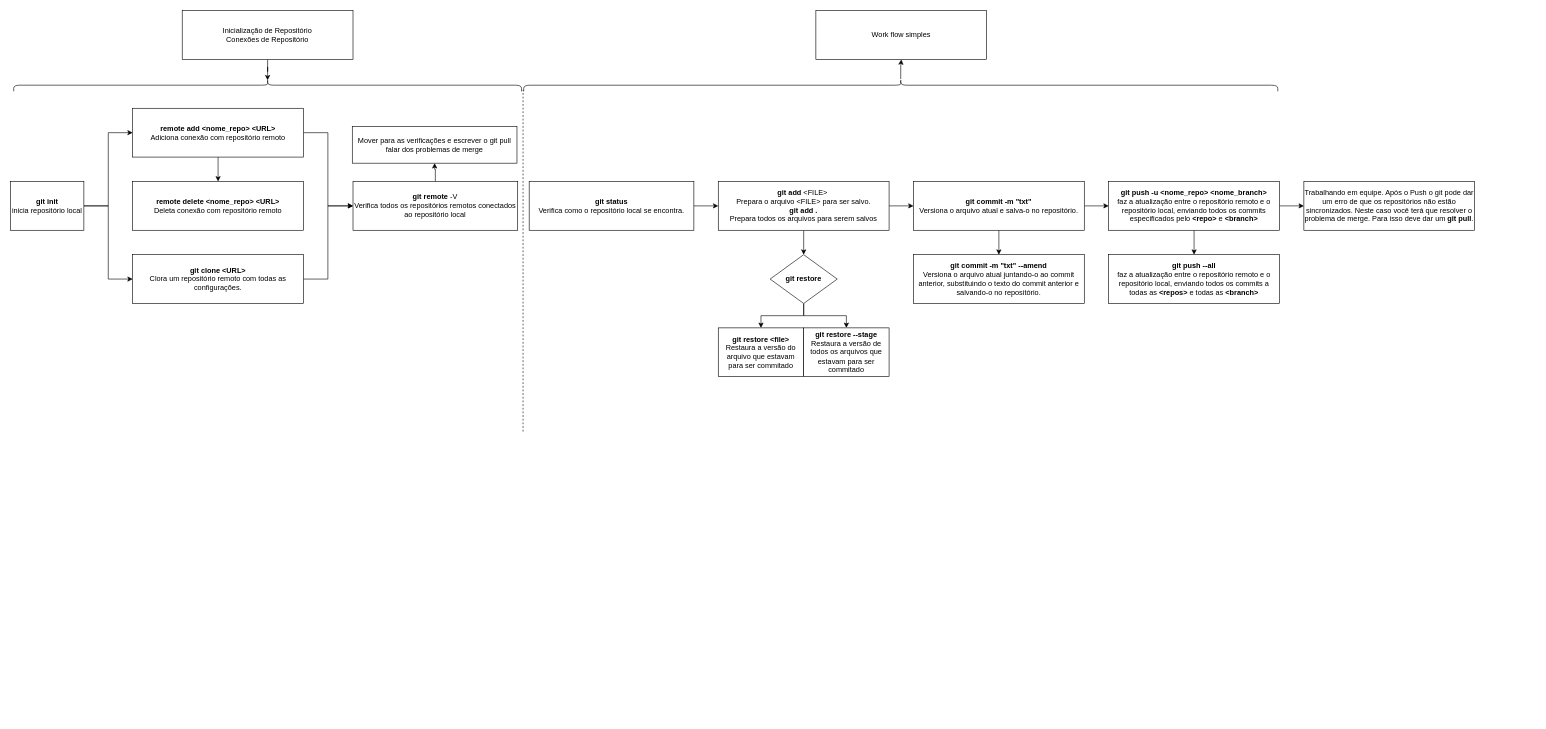
This is Draw_Git/Funcionamento_Git.drawio from Gabrielnbr/Draw, a draw.io file, before an edit. Source tidied: cells renumbered, new cells numbered last; positions are measured from the earlier drawing's top-left corner, leaving out a move shared by most shapes. Both pictures are drawn from the tidied source at 61%, with x=0, y=0 at pixel (10, -292).
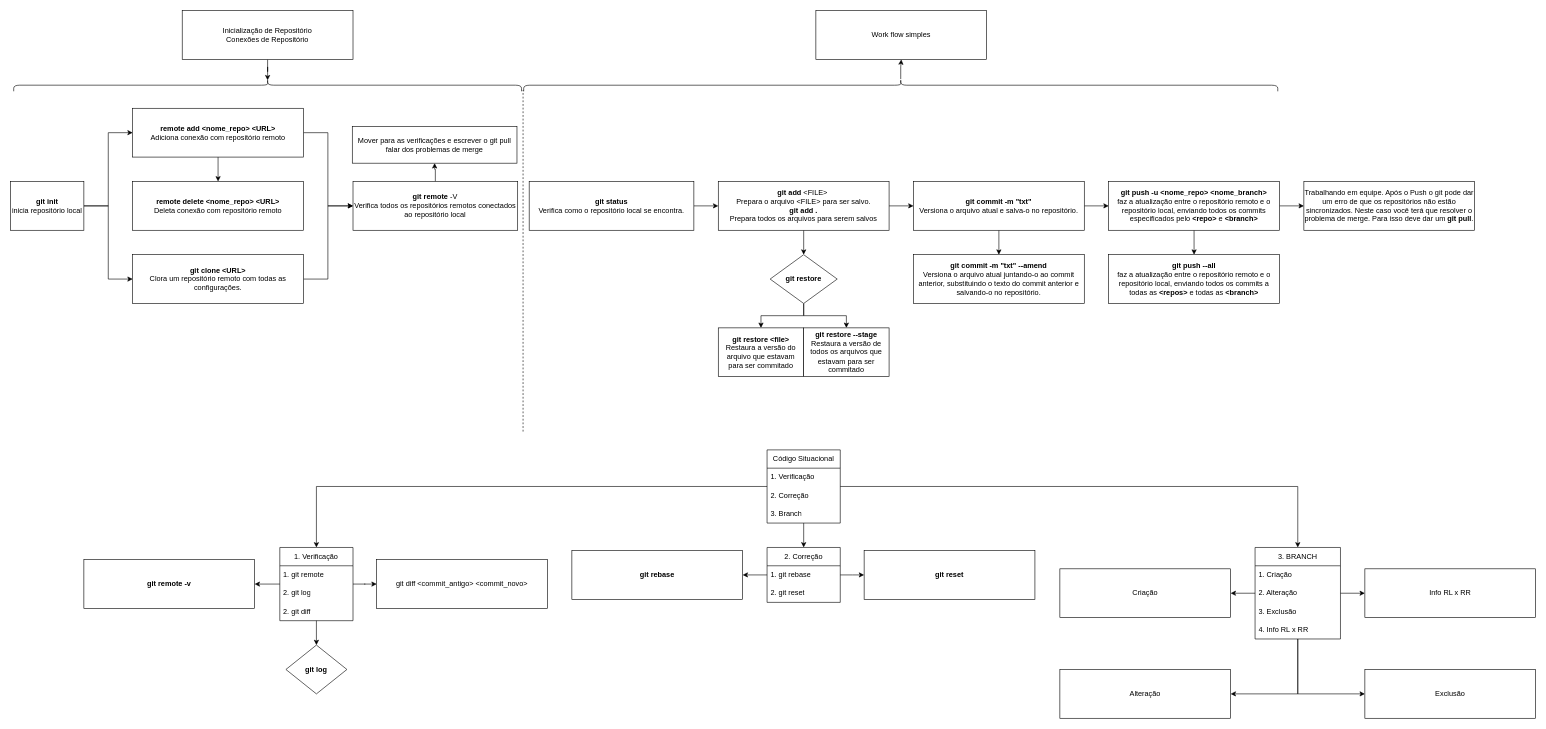
The same diagram, later.

Commit message:
feat códigos situacionais git

Change to the diagram source:
```diff
@@
+    <mxCell id="40" style="edgeStyle=orthogonalEdgeStyle;rounded=0;jettySize=auto;html=1;" parent="1" edge="1" source="43" target="51">
+      <mxGeometry relative="1" as="geometry" />
+    </mxCell>
+    <mxCell id="41" style="edgeStyle=orthogonalEdgeStyle;rounded=0;jettySize=auto;html=1;" parent="1" edge="1" source="43" target="59">
+      <mxGeometry relative="1" as="geometry" />
+    </mxCell>
+    <mxCell id="42" style="edgeStyle=orthogonalEdgeStyle;rounded=0;jettySize=auto;html=1;" parent="1" edge="1" source="43" target="65">
+      <mxGeometry relative="1" as="geometry" />
+    </mxCell>
+    <mxCell id="43" value="Código Situacional" style="swimlane;fontStyle=0;horizontal=1;startSize=30;whiteSpace=wrap;html=1;" parent="1" vertex="1">
+      <mxGeometry x="1240" y="1216" width="120" height="120" as="geometry" />
+    </mxCell>
+    <mxCell id="44" value="1. Verificação" style="text;strokeColor=none;fillColor=none;align=left;verticalAlign=middle;spacingLeft=4;spacingRight=4;overflow=hidden;whiteSpace=wrap;html=1;" parent="43" vertex="1">
+      <mxGeometry y="30" width="120" height="30" as="geometry" />
+    </mxCell>
+    <mxCell id="45" value="2. Correção" style="text;strokeColor=none;fillColor=none;align=left;verticalAlign=middle;spacingLeft=4;spacingRight=4;overflow=hidden;whiteSpace=wrap;html=1;" parent="43" vertex="1">
+      <mxGeometry y="60" width="120" height="30" as="geometry" />
+    </mxCell>
+    <mxCell id="46" value="3. Branch" style="text;strokeColor=none;fillColor=none;align=left;verticalAlign=middle;spacingLeft=4;spacingRight=4;overflow=hidden;whiteSpace=wrap;html=1;" parent="43" vertex="1">
+      <mxGeometry y="90" width="120" height="30" as="geometry" />
+    </mxCell>
+    <mxCell id="47" style="edgeStyle=orthogonalEdgeStyle;rounded=0;jettySize=auto;html=1;" parent="1" edge="1" source="51" target="73">
+      <mxGeometry relative="1" as="geometry" />
+    </mxCell>
+    <mxCell id="48" style="edgeStyle=orthogonalEdgeStyle;rounded=0;jettySize=auto;html=1;" parent="1" edge="1" source="51" target="74">
+      <mxGeometry relative="1" as="geometry" />
+    </mxCell>
+    <mxCell id="49" style="edgeStyle=orthogonalEdgeStyle;rounded=0;jettySize=auto;html=1;" parent="1" edge="1" source="51" target="75">
+      <mxGeometry relative="1" as="geometry">
+        <Array as="points">
+          <mxPoint x="2110" y="1616" />
+        </Array>
+      </mxGeometry>
+    </mxCell>
+    <mxCell id="50" style="edgeStyle=orthogonalEdgeStyle;rounded=0;jettySize=auto;html=1;" parent="1" edge="1" source="51" target="76">
+      <mxGeometry relative="1" as="geometry">
+        <Array as="points">
+          <mxPoint x="2110" y="1616" />
+        </Array>
+      </mxGeometry>
+    </mxCell>
+    <mxCell id="51" value="3. BRANCH" style="swimlane;fontStyle=0;horizontal=1;startSize=30;whiteSpace=wrap;html=1;" parent="1" vertex="1">
+      <mxGeometry x="2040" y="1376" width="140" height="150" as="geometry" />
+    </mxCell>
+    <mxCell id="52" value="1. Criação" style="text;strokeColor=none;fillColor=none;align=left;verticalAlign=middle;spacingLeft=4;spacingRight=4;overflow=hidden;whiteSpace=wrap;html=1;" parent="51" vertex="1">
+      <mxGeometry y="30" width="140" height="30" as="geometry" />
+    </mxCell>
+    <mxCell id="53" value="2. Alteração" style="text;strokeColor=none;fillColor=none;align=left;verticalAlign=middle;spacingLeft=4;spacingRight=4;overflow=hidden;whiteSpace=wrap;html=1;" parent="51" vertex="1">
+      <mxGeometry y="60" width="140" height="30" as="geometry" />
+    </mxCell>
+    <mxCell id="54" value="3. Exclusão" style="text;strokeColor=none;fillColor=none;align=left;verticalAlign=middle;spacingLeft=4;spacingRight=4;overflow=hidden;whiteSpace=wrap;html=1;" parent="51" vertex="1">
+      <mxGeometry y="90" width="140" height="30" as="geometry" />
+    </mxCell>
+    <mxCell id="55" value="4. Info RL x RR" style="text;strokeColor=none;fillColor=none;align=left;verticalAlign=middle;spacingLeft=4;spacingRight=4;overflow=hidden;whiteSpace=wrap;html=1;" parent="51" vertex="1">
+      <mxGeometry y="120" width="140" height="30" as="geometry" />
+    </mxCell>
+    <mxCell id="56" style="edgeStyle=orthogonalEdgeStyle;rounded=0;jettySize=auto;html=1;" parent="1" edge="1" source="59" target="68">
+      <mxGeometry relative="1" as="geometry" />
+    </mxCell>
+    <mxCell id="57" style="edgeStyle=orthogonalEdgeStyle;rounded=0;jettySize=auto;html=1;" parent="1" edge="1" source="59" target="69">
+      <mxGeometry relative="1" as="geometry" />
+    </mxCell>
+    <mxCell id="58" style="edgeStyle=orthogonalEdgeStyle;rounded=0;jettySize=auto;html=1;" parent="1" edge="1" source="59" target="70">
+      <mxGeometry relative="1" as="geometry" />
+    </mxCell>
+    <mxCell id="59" value="1. Verificação" style="swimlane;fontStyle=0;horizontal=1;startSize=30;whiteSpace=wrap;html=1;" parent="1" vertex="1">
+      <mxGeometry x="441.2" y="1376" width="120" height="120" as="geometry" />
+    </mxCell>
+    <mxCell id="60" value="1. git remote" style="text;strokeColor=none;fillColor=none;align=left;verticalAlign=middle;spacingLeft=4;spacingRight=4;overflow=hidden;whiteSpace=wrap;html=1;" parent="59" vertex="1">
+      <mxGeometry y="30" width="120" height="30" as="geometry" />
+    </mxCell>
+    <mxCell id="61" value="2. git log" style="text;strokeColor=none;fillColor=none;align=left;verticalAlign=middle;spacingLeft=4;spacingRight=4;overflow=hidden;whiteSpace=wrap;html=1;" parent="59" vertex="1">
+      <mxGeometry y="60" width="120" height="30" as="geometry" />
+    </mxCell>
+    <mxCell id="62" value="2. git diff" style="text;strokeColor=none;fillColor=none;align=left;verticalAlign=middle;spacingLeft=4;spacingRight=4;overflow=hidden;whiteSpace=wrap;html=1;" parent="59" vertex="1">
+      <mxGeometry y="90" width="120" height="30" as="geometry" />
+    </mxCell>
+    <mxCell id="63" style="edgeStyle=orthogonalEdgeStyle;rounded=0;jettySize=auto;html=1;" parent="1" edge="1" source="65" target="71">
+      <mxGeometry relative="1" as="geometry" />
+    </mxCell>
+    <mxCell id="64" style="edgeStyle=orthogonalEdgeStyle;rounded=0;jettySize=auto;html=1;" parent="1" edge="1" source="65" target="72">
+      <mxGeometry relative="1" as="geometry" />
+    </mxCell>
+    <mxCell id="65" value="2. Correção" style="swimlane;fontStyle=0;horizontal=1;startSize=30;whiteSpace=wrap;html=1;" parent="1" vertex="1">
+      <mxGeometry x="1240" y="1376" width="120" height="90" as="geometry" />
+    </mxCell>
+    <mxCell id="66" value="1. git rebase" style="text;strokeColor=none;fillColor=none;align=left;verticalAlign=middle;spacingLeft=4;spacingRight=4;overflow=hidden;whiteSpace=wrap;html=1;" parent="65" vertex="1">
+      <mxGeometry y="30" width="120" height="30" as="geometry" />
+    </mxCell>
+    <mxCell id="67" value="2. git reset" style="text;strokeColor=none;fillColor=none;align=left;verticalAlign=middle;spacingLeft=4;spacingRight=4;overflow=hidden;whiteSpace=wrap;html=1;" parent="65" vertex="1">
+      <mxGeometry y="60" width="120" height="30" as="geometry" />
+    </mxCell>
+    <mxCell id="68" value="&lt;b&gt;git remote -v&lt;/b&gt;" style="whiteSpace=wrap;html=1;fontStyle=0;startSize=30;" parent="1" vertex="1">
+      <mxGeometry x="120" y="1396" width="280" height="80" as="geometry" />
+    </mxCell>
+    <mxCell id="69" value="&lt;b&gt;git log&lt;/b&gt;" style="rhombus;whiteSpace=wrap;html=1;fontStyle=0;startSize=30;" parent="1" vertex="1">
+      <mxGeometry x="451.2" y="1536" width="100" height="80" as="geometry" />
+    </mxCell>
+    <mxCell id="70" value="git diff &amp;lt;commit_antigo&amp;gt; &amp;lt;commit_novo&amp;gt;" style="whiteSpace=wrap;html=1;fontStyle=0;startSize=30;" parent="1" vertex="1">
+      <mxGeometry x="600" y="1396" width="280" height="80" as="geometry" />
+    </mxCell>
+    <mxCell id="71" value="&lt;b&gt;git rebase&lt;/b&gt;" style="whiteSpace=wrap;html=1;fontStyle=0;startSize=30;" parent="1" vertex="1">
+      <mxGeometry x="920" y="1381" width="280" height="80" as="geometry" />
+    </mxCell>
+    <mxCell id="72" value="&lt;b&gt;git reset&lt;/b&gt;" style="whiteSpace=wrap;html=1;fontStyle=0;startSize=30;" parent="1" vertex="1">
+      <mxGeometry x="1399.1" y="1381" width="280" height="80" as="geometry" />
+    </mxCell>
+    <mxCell id="73" value="Criação" style="whiteSpace=wrap;html=1;fontStyle=0;startSize=30;" parent="1" vertex="1">
+      <mxGeometry x="1720" y="1411" width="280" height="80" as="geometry" />
+    </mxCell>
+    <mxCell id="74" value="Info RL x RR" style="whiteSpace=wrap;html=1;fontStyle=0;startSize=30;" parent="1" vertex="1">
+      <mxGeometry x="2220" y="1411" width="280" height="80" as="geometry" />
+    </mxCell>
+    <mxCell id="75" value="Alteração" style="whiteSpace=wrap;html=1;fontStyle=0;startSize=30;" parent="1" vertex="1">
+      <mxGeometry x="1720" y="1576" width="280" height="80" as="geometry" />
+    </mxCell>
+    <mxCell id="76" value="Exclusão" style="whiteSpace=wrap;html=1;fontStyle=0;startSize=30;" parent="1" vertex="1">
+      <mxGeometry x="2220" y="1576" width="280" height="80" as="geometry" />
+    </mxCell>
```
